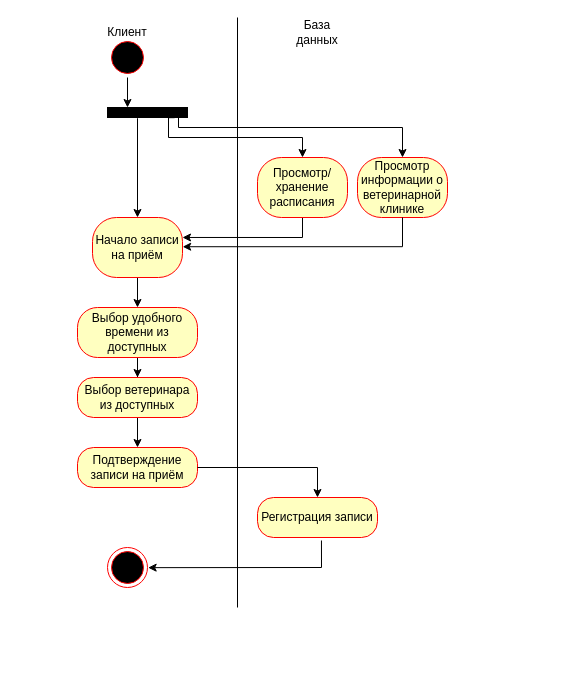
The draw.io diagram page "Страница — 2" (2 of 2) of Dop_info/2.drawio in fallan-git/Veterinary, before the edit. Source tidied: cells renumbered, new cells numbered last; positions are measured from the earlier drawing's top-left corner, leaving out a move shared by most shapes. Both pictures are drawn from the tidied source at 100%, with x=0, y=0 at pixel (77, 17).
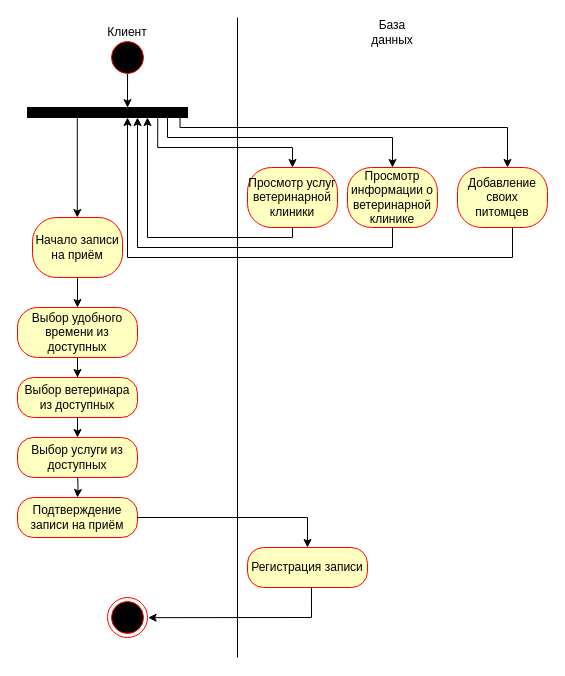
The same page after the edit.

Unchanged cells that the change refers to:
```xml
<mxCell id="7" style="ellipse;html=1;shape=startState;fillColor=#000000;strokeColor=#ff0000;" parent="1" vertex="1">
  <mxGeometry x="30" y="20" width="40" height="40" as="geometry" />
</mxCell>
```

Change to the diagram source:
```diff
@@
     <mxCell id="2" style="endArrow=none;html=1;rounded=0;" parent="1" edge="1">
       <mxGeometry relative="1" as="geometry">
-        <mxPoint x="160" y="590" as="sourcePoint" />
+        <mxPoint x="160" y="640" as="sourcePoint" />
         <mxPoint x="160" as="targetPoint" />
       </mxGeometry>
     </mxCell>
@@
     <mxCell id="4" value="База данных" style="text;html=1;strokeColor=none;fillColor=none;align=center;verticalAlign=middle;whiteSpace=wrap;rounded=0;" parent="1" vertex="1">
-      <mxGeometry x="210" width="60" height="30" as="geometry" />
+      <mxGeometry x="285" width="60" height="30" as="geometry" />
     </mxCell>
     <mxCell id="5" style="ellipse;html=1;shape=endState;fillColor=#000000;strokeColor=#ff0000;" parent="1" vertex="1">
-      <mxGeometry x="30" y="530" width="40" height="40" as="geometry" />
+      <mxGeometry x="30" y="580" width="40" height="40" as="geometry" />
     </mxCell>
-    <mxCell id="6" style="edgeStyle=orthogonalEdgeStyle;rounded=0;jettySize=auto;html=1;entryX=0.25;entryY=0;entryDx=0;entryDy=0;" parent="1" edge="1" source="7" target="10">
-      <mxGeometry relative="1" as="geometry" />
-    </mxCell>
@@
     <mxCell id="8" value="Просмотр информации о ветеринарной клинике" style="rounded=1;whiteSpace=wrap;html=1;arcSize=40;fontColor=#000000;fillColor=#ffffc0;strokeColor=#ff0000;" parent="1" vertex="1">
-      <mxGeometry x="280" y="140" width="90" height="60" as="geometry" />
+      <mxGeometry x="270" y="150" width="90" height="60" as="geometry" />
     </mxCell>
-    <mxCell id="9" style="edgeStyle=orthogonalEdgeStyle;rounded=0;jettySize=auto;html=1;entryX=0.5;entryY=0;entryDx=0;entryDy=0;exitX=0.839;exitY=1.019;exitDx=0;exitDy=0;exitPerimeter=0;" parent="1" edge="1" source="10" target="12">
+    <mxCell id="9" style="edgeStyle=orthogonalEdgeStyle;rounded=0;jettySize=auto;html=1;entryX=0.5;entryY=0;entryDx=0;entryDy=0;exitX=0.814;exitY=1.065;exitDx=0;exitDy=0;exitPerimeter=0;" parent="1" edge="1" source="10" target="12">
       <mxGeometry relative="1" as="geometry">
         <Array as="points">
-          <mxPoint x="91" y="120" />
-          <mxPoint x="225" y="120" />
+          <mxPoint x="80" y="130" />
+          <mxPoint x="215" y="130" />
         </Array>
       </mxGeometry>
     </mxCell>
     <mxCell id="10" style="rounded=0;whiteSpace=wrap;html=1;fillColor=#000000;" parent="1" vertex="1">
-      <mxGeometry x="30" y="90" width="80" height="10" as="geometry" />
+      <mxGeometry x="-50" y="90" width="160" height="10" as="geometry" />
     </mxCell>
-    <mxCell id="11" style="edgeStyle=orthogonalEdgeStyle;rounded=0;jettySize=auto;html=1;exitX=0.5;exitY=1;exitDx=0;exitDy=0;entryX=1;entryY=0.333;entryDx=0;entryDy=0;entryPerimeter=0;" parent="1" edge="1" source="12" target="19">
+    <mxCell id="11" style="edgeStyle=orthogonalEdgeStyle;rounded=0;orthogonalLoop=1;jettySize=auto;html=1;exitX=0.5;exitY=1;exitDx=0;exitDy=0;entryX=0.812;entryY=1.021;entryDx=0;entryDy=0;entryPerimeter=0;" parent="1" edge="1">
       <mxGeometry relative="1" as="geometry">
+        <mxPoint x="205.1" y="199.8" as="sourcePoint" />
+        <mxPoint x="70" y="100" as="targetPoint" />
         <Array as="points">
-          <mxPoint x="225" y="220" />
+          <mxPoint x="215" y="200" />
+          <mxPoint x="215" y="220" />
+          <mxPoint x="70" y="220" />
         </Array>
       </mxGeometry>
     </mxCell>
-    <mxCell id="12" value="Просмотр/хранение расписания" style="rounded=1;whiteSpace=wrap;html=1;arcSize=40;fontColor=#000000;fillColor=#ffffc0;strokeColor=#ff0000;" parent="1" vertex="1">
-      <mxGeometry x="180" y="140" width="90" height="60" as="geometry" />
+    <mxCell id="12" value="Просмотр услуг ветеринарной клиники" style="rounded=1;whiteSpace=wrap;html=1;arcSize=40;fontColor=#000000;fillColor=#ffffc0;strokeColor=#ff0000;" parent="1" vertex="1">
+      <mxGeometry x="170" y="150" width="90" height="60" as="geometry" />
     </mxCell>
@@
     <mxCell id="14" value="Выбор удобного времени из доступных" style="rounded=1;whiteSpace=wrap;html=1;arcSize=40;fontColor=#000000;fillColor=#ffffc0;strokeColor=#ff0000;" parent="1" vertex="1">
-      <mxGeometry y="290" width="120" height="50" as="geometry" />
+      <mxGeometry x="-60" y="290" width="120" height="50" as="geometry" />
     </mxCell>
-    <mxCell id="15" style="edgeStyle=orthogonalEdgeStyle;rounded=0;jettySize=auto;html=1;" parent="1" edge="1" source="16" target="17">
-      <mxGeometry relative="1" as="geometry" />
+    <mxCell id="15" style="edgeStyle=orthogonalEdgeStyle;rounded=0;jettySize=auto;html=1;" parent="1" edge="1" target="17">
+      <mxGeometry relative="1" as="geometry">
+        <mxPoint y="450" as="sourcePoint" />
+      </mxGeometry>
     </mxCell>
     <mxCell id="16" value="Выбор ветеринара из доступных" style="rounded=1;whiteSpace=wrap;html=1;arcSize=40;fontColor=#000000;fillColor=#ffffc0;strokeColor=#ff0000;" parent="1" vertex="1">
-      <mxGeometry y="360" width="120" height="40" as="geometry" />
+      <mxGeometry x="-60" y="360" width="120" height="40" as="geometry" />
     </mxCell>
     <mxCell id="17" value="Подтверждение записи на приём" style="rounded=1;whiteSpace=wrap;html=1;arcSize=40;fontColor=#000000;fillColor=#ffffc0;strokeColor=#ff0000;" parent="1" vertex="1">
-      <mxGeometry y="430" width="120" height="40" as="geometry" />
+      <mxGeometry x="-60" y="480" width="120" height="40" as="geometry" />
     </mxCell>
@@
     <mxCell id="19" value="Начало записи на приём" style="rounded=1;whiteSpace=wrap;html=1;arcSize=40;fontColor=#000000;fillColor=#ffffc0;strokeColor=#ff0000;" parent="1" vertex="1">
-      <mxGeometry x="15" y="200" width="90" height="60" as="geometry" />
+      <mxGeometry x="-45" y="200" width="90" height="60" as="geometry" />
     </mxCell>
     <mxCell id="20" style="edgeStyle=orthogonalEdgeStyle;rounded=0;orthogonalLoop=1;jettySize=auto;html=1;" parent="1" edge="1">
       <mxGeometry relative="1" as="geometry">
-        <mxPoint x="60" y="100" as="sourcePoint" />
-        <mxPoint x="60" y="200" as="targetPoint" />
+        <mxPoint x="-0.2" y="100" as="sourcePoint" />
+        <mxPoint x="-0.2" y="200" as="targetPoint" />
         <Array as="points">
-          <mxPoint x="60" y="101" />
+          <mxPoint x="-0.2" y="101" />
         </Array>
       </mxGeometry>
     </mxCell>
     <mxCell id="21" value="Регистрация записи" style="rounded=1;whiteSpace=wrap;html=1;arcSize=40;fontColor=#000000;fillColor=#ffffc0;strokeColor=#ff0000;" parent="1" vertex="1">
-      <mxGeometry x="180" y="480" width="120" height="40" as="geometry" />
+      <mxGeometry x="170" y="530" width="120" height="40" as="geometry" />
     </mxCell>
     <mxCell id="22" style="endArrow=classic;html=1;rounded=0;exitX=1;exitY=0.5;exitDx=0;exitDy=0;entryX=0.5;entryY=0;entryDx=0;entryDy=0;" parent="1" edge="1" source="17" target="21">
       <mxGeometry relative="1" as="geometry">
         <Array as="points">
-          <mxPoint x="240" y="450" />
+          <mxPoint x="230" y="500" />
         </Array>
       </mxGeometry>
     </mxCell>
-    <mxCell id="23" style="endArrow=classic;html=1;rounded=0;exitX=0.533;exitY=1.075;exitDx=0;exitDy=0;exitPerimeter=0;entryX=1.016;entryY=0.504;entryDx=0;entryDy=0;entryPerimeter=0;" parent="1" edge="1" source="21" target="5">
+    <mxCell id="23" style="endArrow=classic;html=1;rounded=0;exitX=0.533;exitY=1.003;exitDx=0;exitDy=0;exitPerimeter=0;entryX=1.016;entryY=0.504;entryDx=0;entryDy=0;entryPerimeter=0;" parent="1" edge="1" source="21" target="5">
       <mxGeometry relative="1" as="geometry">
         <Array as="points">
-          <mxPoint x="244" y="550" />
+          <mxPoint x="234" y="600" />
         </Array>
       </mxGeometry>
     </mxCell>
-    <mxCell id="24" style="edgeStyle=orthogonalEdgeStyle;rounded=0;jettySize=auto;html=1;entryX=0.5;entryY=0;entryDx=0;entryDy=0;exitX=0.839;exitY=1.019;exitDx=0;exitDy=0;exitPerimeter=0;" parent="1" edge="1" target="8">
+    <mxCell id="24" style="edgeStyle=orthogonalEdgeStyle;rounded=0;jettySize=auto;html=1;entryX=0.5;entryY=0;entryDx=0;entryDy=0;" parent="1" edge="1" target="8">
       <mxGeometry relative="1" as="geometry">
-        <mxPoint x="101" y="100" as="sourcePoint" />
+        <mxPoint x="90" y="100" as="sourcePoint" />
         <Array as="points">
-          <mxPoint x="101" y="110" />
-          <mxPoint x="325" y="110" />
+          <mxPoint x="90" y="100" />
+          <mxPoint x="90" y="120" />
+          <mxPoint x="315" y="120" />
         </Array>
       </mxGeometry>
     </mxCell>
-    <mxCell id="25" style="edgeStyle=orthogonalEdgeStyle;rounded=0;jettySize=auto;html=1;exitX=0.5;exitY=1;exitDx=0;exitDy=0;entryX=1.002;entryY=0.487;entryDx=0;entryDy=0;entryPerimeter=0;" parent="1" edge="1" source="8" target="19">
+    <mxCell id="25" style="edgeStyle=orthogonalEdgeStyle;rounded=0;jettySize=auto;html=1;exitX=0.5;exitY=1;exitDx=0;exitDy=0;" parent="1" edge="1" source="8" target="10">
       <mxGeometry relative="1" as="geometry">
         <Array as="points">
-          <mxPoint x="325" y="229" />
+          <mxPoint x="315" y="230" />
+          <mxPoint x="60" y="230" />
         </Array>
       </mxGeometry>
     </mxCell>
+    <mxCell id="6" style="endArrow=classic;html=1;rounded=0;exitX=0.501;exitY=0.913;exitDx=0;exitDy=0;exitPerimeter=0;entryX=0.625;entryY=0.017;entryDx=0;entryDy=0;entryPerimeter=0;" parent="1" edge="1" source="7" target="10">
+      <mxGeometry relative="1" as="geometry" />
+    </mxCell>
+    <mxCell id="26" value="Добавление своих питомцев" style="rounded=1;whiteSpace=wrap;html=1;arcSize=40;fontColor=#000000;fillColor=#ffffc0;strokeColor=#ff0000;" parent="1" vertex="1">
+      <mxGeometry x="380" y="150" width="90" height="60" as="geometry" />
+    </mxCell>
+    <mxCell id="27" style="edgeStyle=orthogonalEdgeStyle;rounded=0;orthogonalLoop=1;jettySize=auto;html=1;" parent="1" edge="1">
+      <mxGeometry relative="1" as="geometry">
+        <mxPoint x="102.5" y="100" as="sourcePoint" />
+        <mxPoint x="430" y="150" as="targetPoint" />
+        <Array as="points">
+          <mxPoint x="103" y="110" />
+          <mxPoint x="430" y="110" />
+          <mxPoint x="430" y="150" />
+        </Array>
+      </mxGeometry>
+    </mxCell>
+    <mxCell id="28" style="edgeStyle=orthogonalEdgeStyle;rounded=0;orthogonalLoop=1;jettySize=auto;html=1;exitX=0.5;exitY=1;exitDx=0;exitDy=0;" parent="1" edge="1">
+      <mxGeometry relative="1" as="geometry">
+        <mxPoint x="435" y="210" as="sourcePoint" />
+        <mxPoint x="50" y="100" as="targetPoint" />
+        <Array as="points">
+          <mxPoint x="435" y="240" />
+          <mxPoint x="50" y="240" />
+          <mxPoint x="50" y="100" />
+        </Array>
+      </mxGeometry>
+    </mxCell>
+    <mxCell id="29" style="edgeStyle=orthogonalEdgeStyle;rounded=0;jettySize=auto;html=1;" parent="1" edge="1" target="30">
+      <mxGeometry relative="1" as="geometry">
+        <mxPoint y="400" as="sourcePoint" />
+        <Array as="points">
+          <mxPoint y="420" />
+          <mxPoint y="420" />
+        </Array>
+      </mxGeometry>
+    </mxCell>
+    <mxCell id="30" value="Выбор услуги из доступных" style="rounded=1;whiteSpace=wrap;html=1;arcSize=40;fontColor=#000000;fillColor=#ffffc0;strokeColor=#ff0000;" parent="1" vertex="1">
+      <mxGeometry x="-60" y="420" width="120" height="40" as="geometry" />
+    </mxCell>
```
